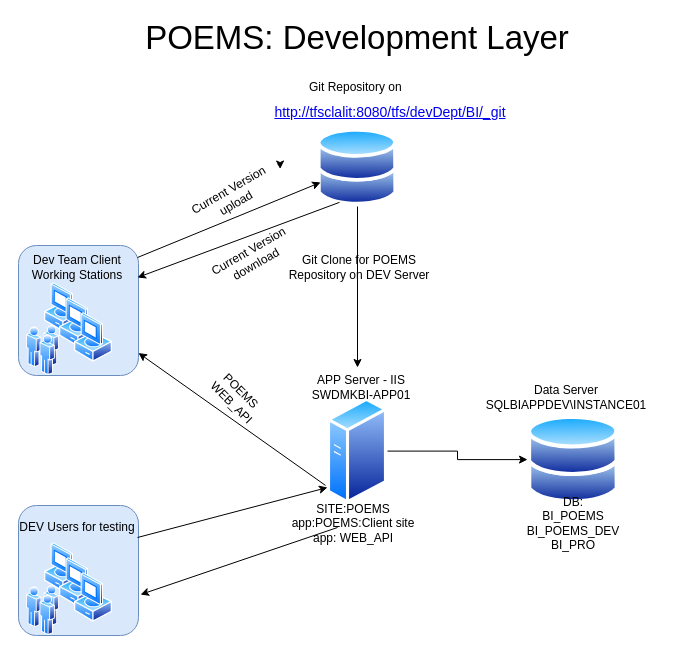
The draw.io diagram poems_dev.drawio in itaybaran/drawing, before the edit. Source tidied: cells renumbered, new cells numbered last; positions are measured from the earlier drawing's top-left corner, leaving out a move shared by most shapes. Both pictures are drawn from the tidied source at 100%, with x=0, y=0 at pixel (17, 27).
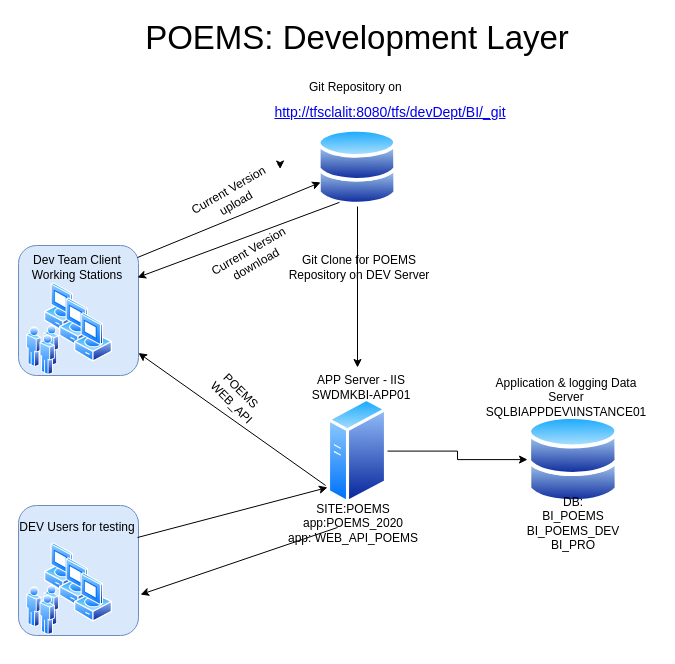
Above is the later version.

The edit, as a diff of the source:
```diff
@@
-    <mxCell id="21" value="SITE:POEMS&lt;br&gt;app:POEMS:Client site&lt;br&gt;app: WEB_API" style="text;html=1;strokeColor=none;fillColor=none;align=center;verticalAlign=middle;whiteSpace=wrap;rounded=0;" parent="1" vertex="1">
+    <mxCell id="21" value="SITE:POEMS&lt;br&gt;app:POEMS_2020&lt;br&gt;app: WEB_API_POEMS" style="text;html=1;strokeColor=none;fillColor=none;align=center;verticalAlign=middle;whiteSpace=wrap;rounded=0;" parent="1" vertex="1">
       <mxGeometry x="251" y="486.1" width="170" height="20" as="geometry" />
     </mxCell>
@@
-    <mxCell id="37" value="Data Server&lt;br&gt;SQLBIAPPDEV\INSTANCE01" style="text;html=1;strokeColor=none;fillColor=none;align=center;verticalAlign=middle;whiteSpace=wrap;rounded=0;" parent="1" vertex="1">
+    <mxCell id="37" value="Application &amp;amp; logging Data Server&lt;br&gt;SQLBIAPPDEV\INSTANCE01" style="text;html=1;strokeColor=none;fillColor=none;align=center;verticalAlign=middle;whiteSpace=wrap;rounded=0;" parent="1" vertex="1">
       <mxGeometry x="464" y="360" width="170" height="20" as="geometry" />
     </mxCell>
```
